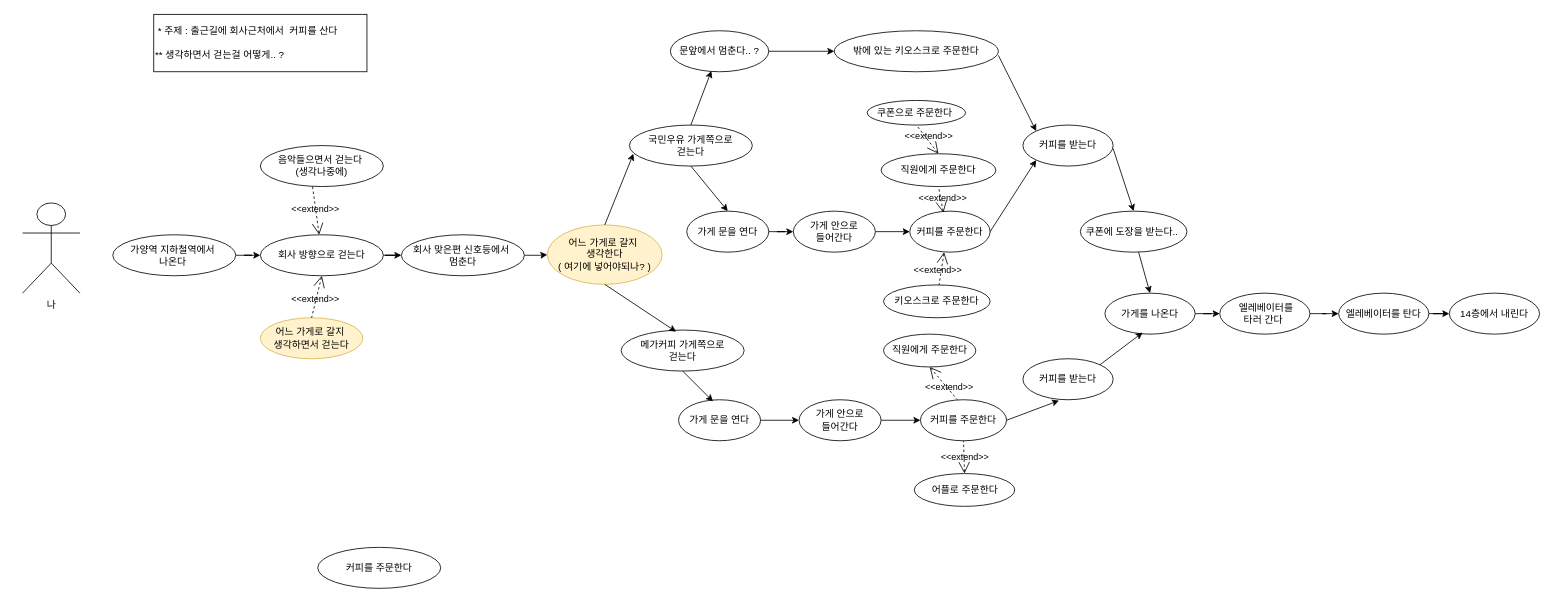
Before: usecase_diagram/0809_new.drawio in Jin-bright/diagram_study, a draw.io diagram. Source tidied: cells renumbered, new cells numbered last; positions are measured from the earlier drawing's top-left corner, leaving out a move shared by most shapes. Both pictures are drawn from the tidied source at 82%, with x=0, y=0 at pixel (22, 14).
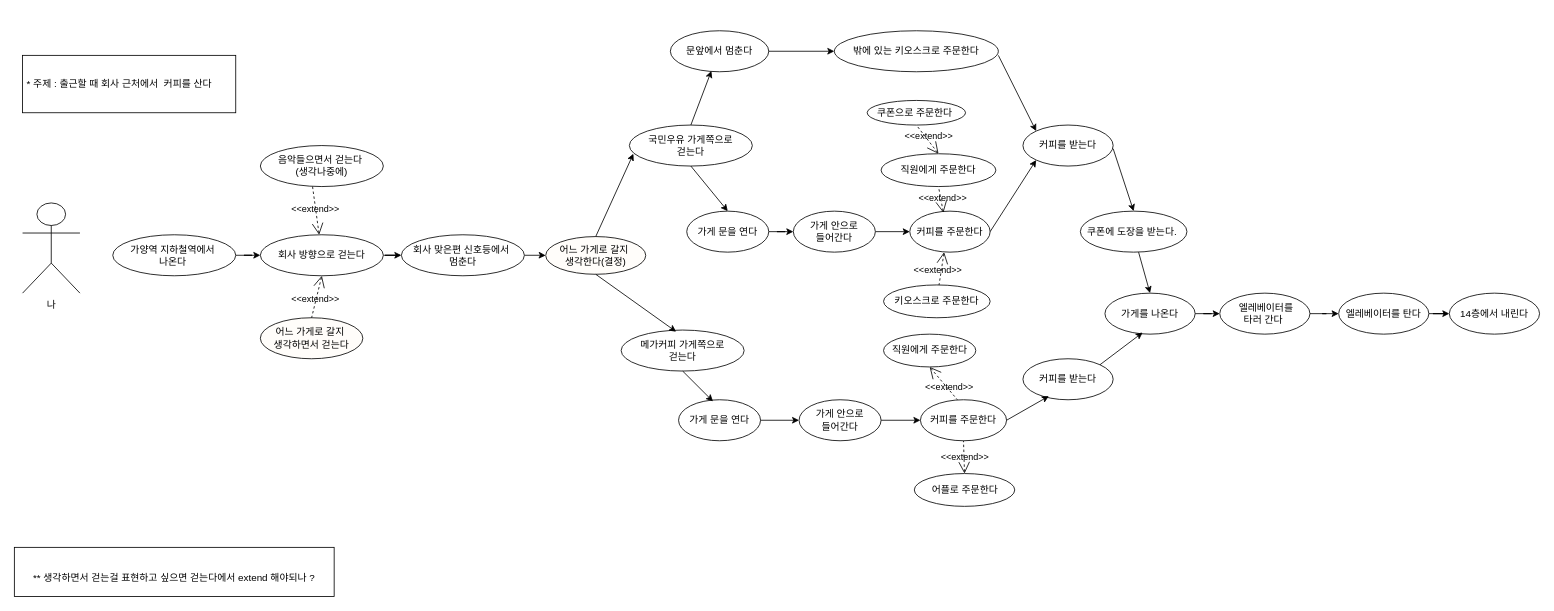
Above is the later version.

The change refers to these unchanged cells:
```xml
<mxCell id="18" value="커피를 받는다" style="ellipse;whiteSpace=wrap;html=1;" parent="1" vertex="1">
  <mxGeometry x="1220" y="420" width="110" height="50" as="geometry" />
</mxCell>
```

Diff of the diagram source:
```diff
@@
-    <mxCell id="8" value="커피를 주문한다" style="ellipse;whiteSpace=wrap;html=1;" parent="1" vertex="1">
-      <mxGeometry x="360" y="650" width="150" height="50" as="geometry" />
-    </mxCell>
@@
-    <mxCell id="15" value="문앞에서 멈춘다.. ?" style="ellipse;whiteSpace=wrap;html=1;" parent="1" vertex="1">
+    <mxCell id="15" value="문앞에서 멈춘다" style="ellipse;whiteSpace=wrap;html=1;" parent="1" vertex="1">
       <mxGeometry x="790" y="20" width="120" height="50" as="geometry" />
     </mxCell>
@@
-    <mxCell id="19" value="쿠폰에 도장을 받는다..&amp;nbsp;" style="ellipse;whiteSpace=wrap;html=1;" parent="1" vertex="1">
+    <mxCell id="19" value="쿠폰에 도장을 받는다.&amp;nbsp;" style="ellipse;whiteSpace=wrap;html=1;" parent="1" vertex="1">
       <mxGeometry x="1290" y="240" width="130" height="50" as="geometry" />
     </mxCell>
@@
-    <mxCell id="34" value="&amp;nbsp;* 주제 : 출근길에 회사근처에서&amp;nbsp; 커피를 산다&lt;br&gt;&lt;br&gt;** 생각하면서 걷는걸 어떻게.. ?" style="rounded=0;whiteSpace=wrap;html=1;align=left;" parent="1" vertex="1">
-      <mxGeometry x="160" width="260" height="70" as="geometry" />
+    <mxCell id="34" value="&amp;nbsp;* 주제 : 출근할 때 회사 근처에서&amp;nbsp; 커피를 산다" style="rounded=0;whiteSpace=wrap;html=1;align=left;" parent="1" vertex="1">
+      <mxGeometry y="50" width="260" height="70" as="geometry" />
     </mxCell>
@@
-    <mxCell id="36" value="어느 가게로 갈지&amp;nbsp;&lt;br&gt;생각하면서 걷는다" style="ellipse;whiteSpace=wrap;html=1;fillColor=#fff2cc;strokeColor=#d6b656;" parent="1" vertex="1">
+    <mxCell id="36" value="어느 가게로 갈지&amp;nbsp;&lt;br&gt;생각하면서 걷는다" style="ellipse;whiteSpace=wrap;html=1;fillColor=#FFFDFA;strokeColor=#000000;" parent="1" vertex="1">
       <mxGeometry x="290" y="370" width="125" height="50" as="geometry" />
     </mxCell>
@@
-    <mxCell id="43" value="어느 가게로 갈지&amp;nbsp;&lt;br&gt;생각한다&lt;br&gt;( 여기에 넣어야되나? )" style="ellipse;whiteSpace=wrap;html=1;fillColor=#fff2cc;strokeColor=#d6b656;" parent="1" vertex="1">
-      <mxGeometry x="640" y="256.8" width="140" height="72.5" as="geometry" />
+    <mxCell id="43" value="어느 가게로 갈지&amp;nbsp;&lt;br&gt;생각한다(결정)" style="ellipse;whiteSpace=wrap;html=1;fillColor=#FFFDFA;strokeColor=#000000;" parent="1" vertex="1">
+      <mxGeometry x="638" y="271" width="122" height="46" as="geometry" />
     </mxCell>
@@
-    <mxCell id="54" style="endArrow=classic;html=1;rounded=0;entryX=0.4;entryY=1.02;entryDx=0;entryDy=0;entryPerimeter=0;" parent="1" edge="1" target="18">
+    <mxCell id="54" style="endArrow=classic;html=1;rounded=0;entryX=0.287;entryY=0.912;entryDx=0;entryDy=0;entryPerimeter=0;" parent="1" edge="1" target="18">
       <mxGeometry relative="1" as="geometry">
         <mxPoint x="1200" y="495" as="sourcePoint" />
       </mxGeometry>
     </mxCell>
@@
+    <mxCell id="62" value="&lt;br style=&quot;border-color: var(--border-color); text-align: left;&quot;&gt;** 생각하면서 걷는걸 표현하고 싶으면 걷는다에서 extend 해야되나 ?" style="rounded=0;whiteSpace=wrap;html=1;" parent="1" vertex="1">
+      <mxGeometry x="-10" y="650" width="390" height="60" as="geometry" />
+    </mxCell>
```
